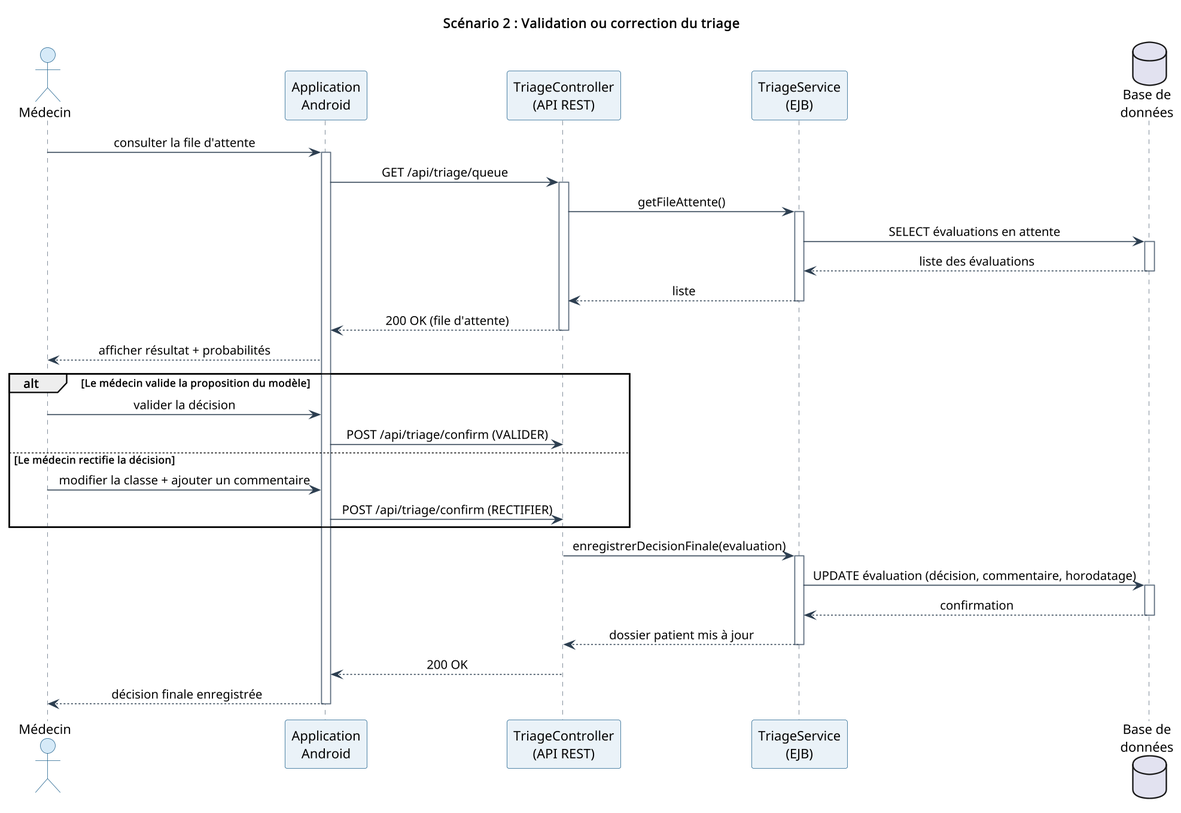
This is figures/seq_validation.png from Salaheddine03-ux/quicktriage-rapport, a PlantUML export, as it was before one commit.
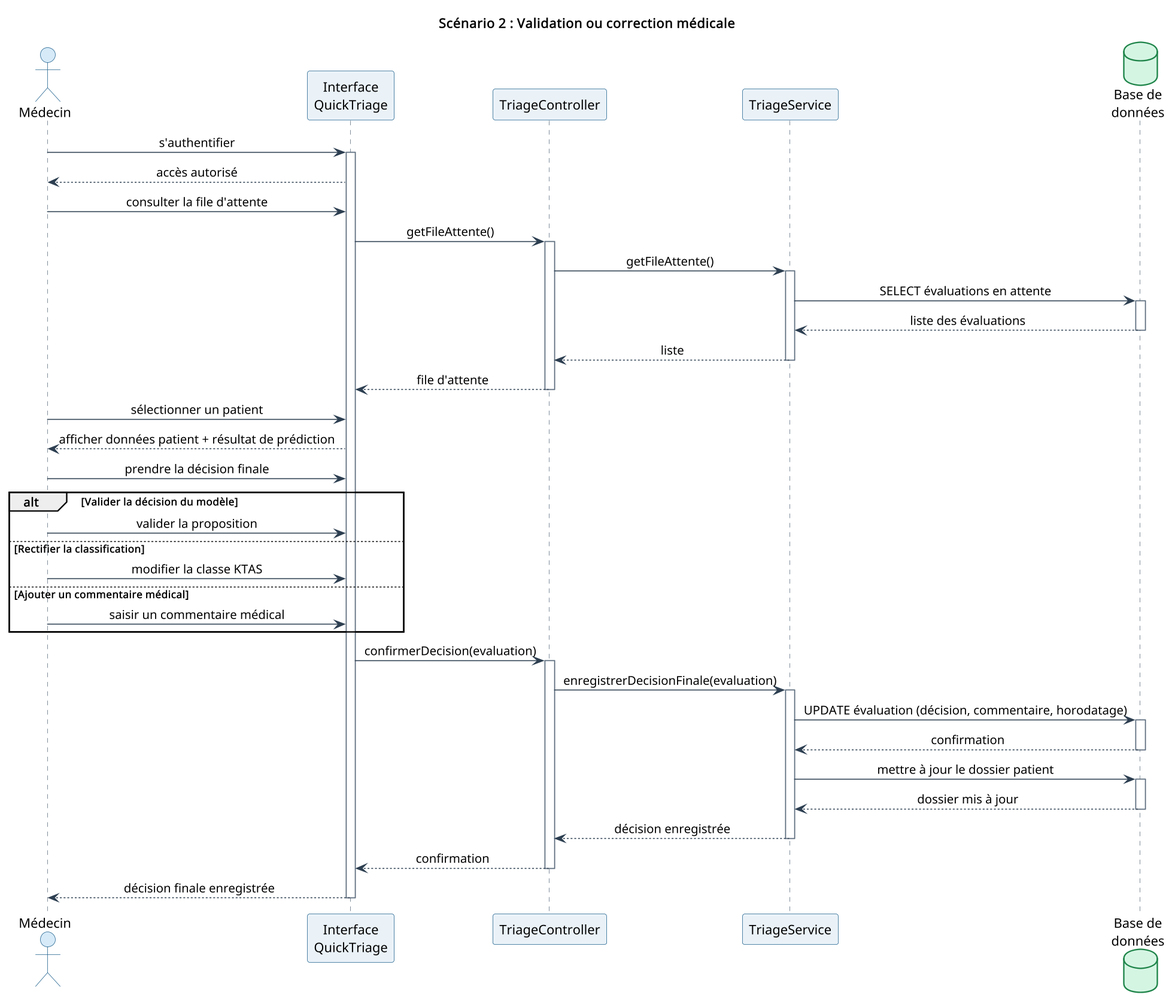
The same diagram one commit later.

Diff of the diagram source:
```diff
@@ -1,5 +1,5 @@
 @startuml seq_validation
-title Scénario 2 : Validation ou correction du triage
+title Scénario 2 : Validation ou correction médicale
 skinparam dpi 150
 skinparam shadowing false
 skinparam defaultFontName Helvetica
@@ -8,18 +8,23 @@
 skinparam ParticipantBorderColor #1F618D
 skinparam ActorBackgroundColor #D6EAF8
 skinparam ActorBorderColor #1F618D
+skinparam DatabaseBackgroundColor #D5F5E3
+skinparam DatabaseBorderColor #1E8449
 skinparam SequenceLifeLineBorderColor #5D6D7E
 skinparam ArrowColor #2C3E50
 
 actor "Médecin" as Doc
-participant "Application\nAndroid" as App
-participant "TriageController\n(API REST)" as Ctrl
-participant "TriageService\n(EJB)" as Svc
+participant "Interface\nQuickTriage" as UI
+participant "TriageController" as Ctrl
+participant "TriageService" as Svc
 database "Base de\ndonnées" as DB
 
-Doc -> App : consulter la file d'attente
-activate App
-App -> Ctrl : GET /api/triage/queue
+Doc -> UI : s'authentifier
+activate UI
+UI --> Doc : accès autorisé
+
+Doc -> UI : consulter la file d'attente
+UI -> Ctrl : getFileAttente()
 activate Ctrl
 Ctrl -> Svc : getFileAttente()
 activate Svc
@@ -29,18 +34,23 @@
 deactivate DB
 Svc --> Ctrl : liste
 deactivate Svc
-Ctrl --> App : 200 OK (file d'attente)
+Ctrl --> UI : file d'attente
 deactivate Ctrl
-App --> Doc : afficher résultat + probabilités
 
-alt Le médecin valide la proposition du modèle
-  Doc -> App : valider la décision
-  App -> Ctrl : POST /api/triage/confirm (VALIDER)
-else Le médecin rectifie la décision
-  Doc -> App : modifier la classe + ajouter un commentaire
-  App -> Ctrl : POST /api/triage/confirm (RECTIFIER)
+Doc -> UI : sélectionner un patient
+UI --> Doc : afficher données patient + résultat de prédiction
+
+Doc -> UI : prendre la décision finale
+
+alt Valider la décision du modèle
+  Doc -> UI : valider la proposition
+else Rectifier la classification
+  Doc -> UI : modifier la classe KTAS
+else Ajouter un commentaire médical
+  Doc -> UI : saisir un commentaire médical
 end
 
+UI -> Ctrl : confirmerDecision(evaluation)
 activate Ctrl
 Ctrl -> Svc : enregistrerDecisionFinale(evaluation)
 activate Svc
@@ -48,10 +58,14 @@
 activate DB
 DB --> Svc : confirmation
 deactivate DB
-Svc --> Ctrl : dossier patient mis à jour
+Svc -> DB : mettre à jour le dossier patient
+activate DB
+DB --> Svc : dossier mis à jour
+deactivate DB
+Svc --> Ctrl : décision enregistrée
 deactivate Svc
-Ctrl --> App : 200 OK
+Ctrl --> UI : confirmation
 deactivate Ctrl
-App --> Doc : décision finale enregistrée
-deactivate App
+UI --> Doc : décision finale enregistrée
+deactivate UI
 @enduml
```
